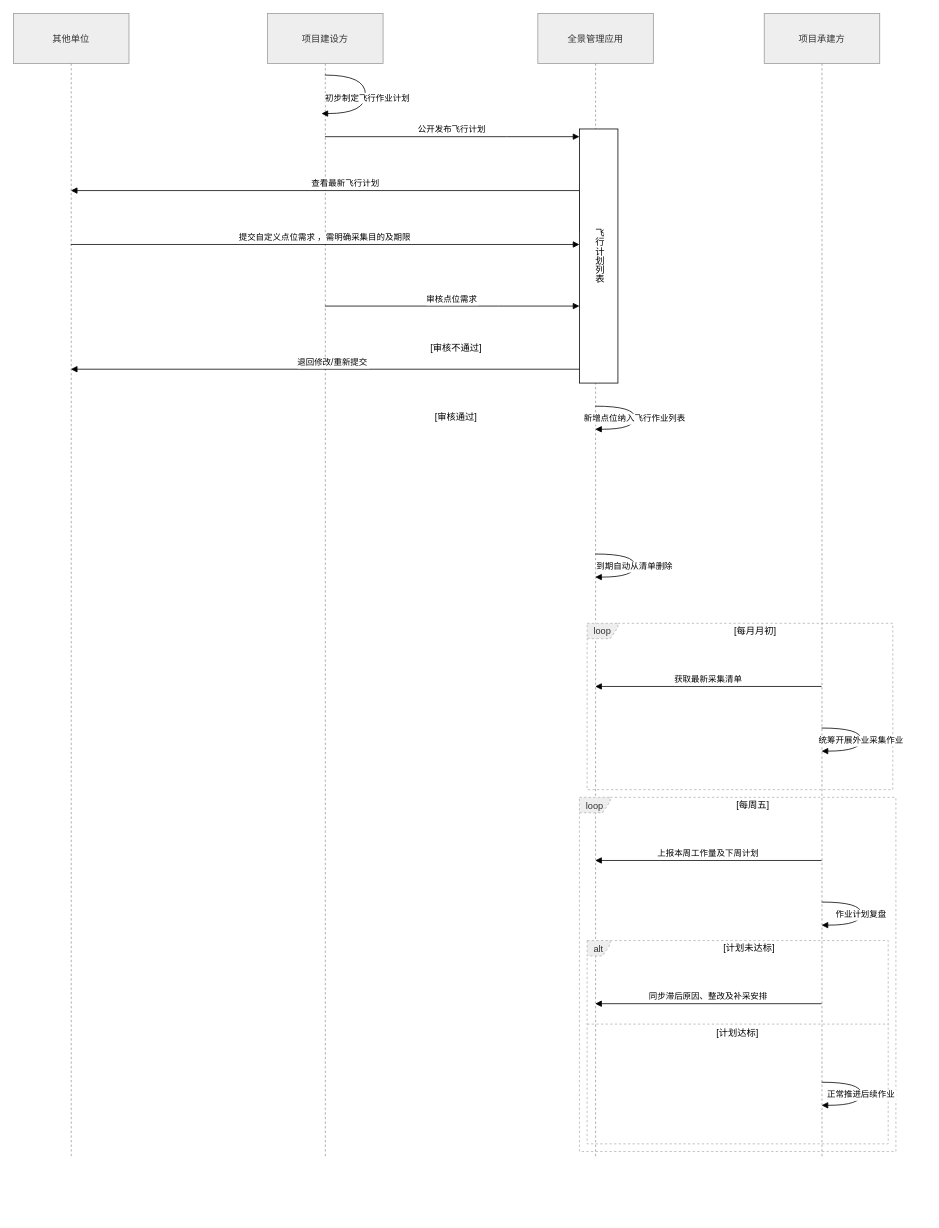
dmzwzss/new-pac keeps this draw.io diagram as 未命名绘图.drawio. Above is the earlier version. Source tidied: cells renumbered, new cells numbered last; positions are measured from the earlier drawing's top-left corner, leaving out a move shared by most shapes. Both pictures are drawn from the tidied source at 77%, with x=0, y=0 at pixel (13, 13).
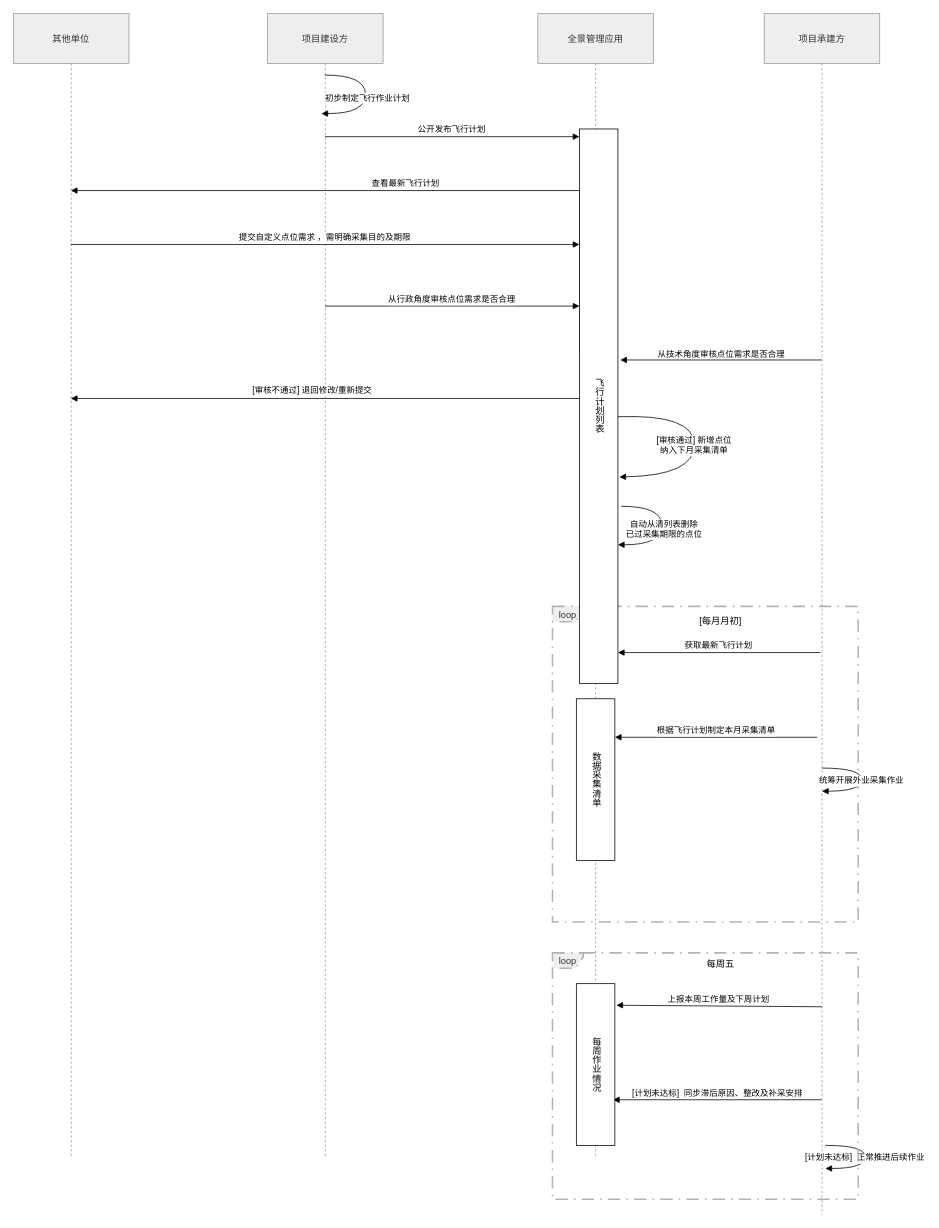
The same page after the edit.

Commit message:
全景作业列表

Unchanged cells that the change refers to:
```xml
<mxCell id="2" value="项目建设方" style="shape=umlLifeline;perimeter=lifelinePerimeter;whiteSpace=wrap;outlineConnect=0;portConstraint=eastwest;newEdgeStyle={&quot;edgeStyle&quot;:&quot;elbowEdgeStyle&quot;,&quot;elbow&quot;:&quot;vertical&quot;,&quot;curved&quot;:0,&quot;rounded&quot;:0};size=65;fillColor=light-dark(#eeeeee,#1f2020);strokeColor=light-dark(#999999,#cccccc);fontColor=light-dark(#333333,#cccccc);" parent="1" vertex="1">
  <mxGeometry x="330" width="150" height="1484" as="geometry" />
</mxCell>
```

Diff of the diagram source:
```diff
@@
     <mxCell id="5" value="项目承建方" style="shape=umlLifeline;perimeter=lifelinePerimeter;whiteSpace=wrap;outlineConnect=0;portConstraint=eastwest;newEdgeStyle={&quot;edgeStyle&quot;:&quot;elbowEdgeStyle&quot;,&quot;elbow&quot;:&quot;vertical&quot;,&quot;curved&quot;:0,&quot;rounded&quot;:0};size=65;fillColor=light-dark(#eeeeee,#1f2020);strokeColor=light-dark(#999999,#cccccc);fontColor=light-dark(#333333,#cccccc);" parent="1" vertex="1">
-      <mxGeometry x="975" width="150" height="1484" as="geometry" />
+      <mxGeometry x="975" width="150" height="1560" as="geometry" />
     </mxCell>
-    <mxCell id="6" value="loop" style="shape=umlFrame;dashed=1;strokeColor=#B3B3B3;height=20;width=40;fillColor=light-dark(#eeeeee,#1f2020);fontColor=light-dark(#333333,#cccccc);" parent="1" vertex="1">
-      <mxGeometry x="745" y="792" width="397" height="216" as="geometry" />
+    <mxCell id="6" value="loop" style="shape=umlFrame;dashed=1;strokeColor=#B3B3B3;height=20;width=40;fillColor=light-dark(#eeeeee,#1f2020);fontColor=light-dark(#333333,#cccccc);dashPattern=8 4 1 4;strokeWidth=2;" parent="1" vertex="1">
+      <mxGeometry x="700" y="770" width="397" height="410" as="geometry" />
     </mxCell>
     <mxCell id="7" value="[每月月初]" style="text;strokeColor=none;fillColor=none;align=center;verticalAlign=middle;whiteSpace=wrap;" parent="6" vertex="1">
-      <mxGeometry x="40" width="357" height="20" as="geometry" />
+      <mxGeometry x="40" width="357" height="38" as="geometry" />
     </mxCell>
-    <mxCell id="8" value="alt" style="shape=umlFrame;dashed=1;strokeColor=#B3B3B3;height=20;width=30;fillColor=light-dark(#eeeeee,#1f2020);fontColor=light-dark(#333333,#cccccc);" parent="1" vertex="1">
-      <mxGeometry x="745" y="1204" width="391" height="264" as="geometry" />
-    </mxCell>
-    <mxCell id="9" value="[计划未达标]" style="text;strokeColor=none;fillColor=none;align=center;verticalAlign=middle;whiteSpace=wrap;" parent="8" vertex="1">
-      <mxGeometry x="30" width="361" height="20" as="geometry" />
-    </mxCell>
-    <mxCell id="10" value="[计划达标]" style="shape=line;dashed=1;whiteSpace=wrap;verticalAlign=top;labelPosition=center;verticalLabelPosition=middle;align=center;strokeColor=#B3B3B3;" parent="8" vertex="1">
-      <mxGeometry y="107" width="391" height="3" as="geometry" />
-    </mxCell>
-    <mxCell id="11" value="loop" style="shape=umlFrame;dashed=1;strokeColor=#B3B3B3;height=20;width=40;fillColor=light-dark(#eeeeee,#1f2020);fontColor=light-dark(#333333,#cccccc);" parent="1" vertex="1">
-      <mxGeometry x="735" y="1018" width="411" height="460" as="geometry" />
-    </mxCell>
-    <mxCell id="12" value="[每周五]" style="text;strokeColor=none;fillColor=none;align=center;verticalAlign=middle;whiteSpace=wrap;" parent="11" vertex="1">
-      <mxGeometry x="40" width="371" height="20" as="geometry" />
-    </mxCell>
@@
-    <mxCell id="14" value="审核点位需求" style="verticalAlign=bottom;edgeStyle=elbowEdgeStyle;elbow=vertical;curved=0;rounded=0;endArrow=block;" parent="1" edge="1" source="2" target="27">
+    <mxCell id="14" value="从行政角度审核点位需求是否合理" style="verticalAlign=bottom;edgeStyle=elbowEdgeStyle;elbow=vertical;curved=0;rounded=0;endArrow=block;" parent="1" edge="1" source="2" target="27">
       <mxGeometry relative="1" as="geometry">
         <Array as="points">
           <mxPoint x="630" y="380" />
           <mxPoint x="770" y="360" />
           <mxPoint x="325.6" y="360" />
         </Array>
       </mxGeometry>
     </mxCell>
-    <mxCell id="15" value="退回修改/重新提交" style="verticalAlign=bottom;edgeStyle=elbowEdgeStyle;elbow=vertical;curved=0;rounded=0;endArrow=block;" parent="1" edge="1">
-      <mxGeometry relative="1" as="geometry">
-        <mxPoint x="755.5" y="462" as="sourcePoint" />
-        <mxPoint x="74.5" y="462" as="targetPoint" />
+    <mxCell id="15" value="[审核不通过] 退回修改/重新提交" style="verticalAlign=bottom;edgeStyle=elbowEdgeStyle;elbow=vertical;curved=0;rounded=0;endArrow=block;exitX=0.052;exitY=0.726;exitDx=0;exitDy=0;exitPerimeter=0;" parent="1" edge="1" source="27">
+      <mxGeometry x="0.25" y="-2" relative="1" as="geometry">
+        <mxPoint x="74.5" y="500" as="targetPoint" />
         <Array as="points">
-          <mxPoint x="602" y="462" />
+          <mxPoint x="602" y="500" />
         </Array>
       </mxGeometry>
     </mxCell>
-    <mxCell id="16" value="新增点位纳入飞行作业列表" style="curved=1;endArrow=block;rounded=0;" parent="1" edge="1">
+    <mxCell id="16" value="[审核通过] 新增点位&#10;纳入下月采集清单" style="curved=1;endArrow=block;rounded=0;entryX=1.049;entryY=0.879;entryDx=0;entryDy=0;entryPerimeter=0;exitX=1.012;exitY=0.716;exitDx=0;exitDy=0;exitPerimeter=0;" parent="1" edge="1">
       <mxGeometry x="0.01" relative="1" as="geometry">
-        <mxPoint x="755.5" y="510" as="sourcePoint" />
-        <mxPoint x="755.5" y="540" as="targetPoint" />
+        <mxPoint x="785" y="523.7" as="sourcePoint" />
+        <mxPoint x="786.9" y="601.9" as="targetPoint" />
         <Array as="points">
-          <mxPoint x="807" y="510" />
-          <mxPoint x="807" y="540" />
+          <mxPoint x="884.1" y="520" />
+          <mxPoint x="884.4" y="600" />
         </Array>
       </mxGeometry>
     </mxCell>
-    <mxCell id="17" value="到期自动从清单删除" style="curved=1;endArrow=block;rounded=0;" parent="1" edge="1">
-      <mxGeometry relative="1" as="geometry">
-        <mxPoint x="755.5" y="702" as="sourcePoint" />
-        <mxPoint x="755.5" y="732" as="targetPoint" />
-        <Array as="points">
-          <mxPoint x="807" y="702" />
-          <mxPoint x="807" y="732" />
-        </Array>
-      </mxGeometry>
-    </mxCell>
-    <mxCell id="18" value="获取最新采集清单" style="verticalAlign=bottom;edgeStyle=elbowEdgeStyle;elbow=vertical;curved=0;rounded=0;endArrow=block;" parent="1" edge="1">
+    <mxCell id="18" value="获取最新飞行计划" style="verticalAlign=bottom;elbow=vertical;rounded=0;endArrow=block;entryX=1.031;entryY=0.895;entryDx=0;entryDy=0;entryPerimeter=0;" parent="1" edge="1">
       <mxGeometry relative="1" as="geometry">
-        <mxPoint x="1049.5" y="874" as="sourcePoint" />
-        <mxPoint x="755.5" y="874" as="targetPoint" />
-        <Array as="points">
-          <mxPoint x="915" y="874" />
-        </Array>
+        <mxPoint x="1048" y="830" as="sourcePoint" />
+        <mxPoint x="785" y="830" as="targetPoint" />
       </mxGeometry>
     </mxCell>
     <mxCell id="19" value="统筹开展外业采集作业" style="curved=1;endArrow=block;rounded=0;" parent="1" edge="1">
       <mxGeometry relative="1" as="geometry">
-        <mxPoint x="1049.5" y="928" as="sourcePoint" />
-        <mxPoint x="1049.5" y="958" as="targetPoint" />
+        <mxPoint x="1050" y="980" as="sourcePoint" />
+        <mxPoint x="1050" y="1010" as="targetPoint" />
         <Array as="points">
-          <mxPoint x="1101" y="928" />
-          <mxPoint x="1101" y="958" />
+          <mxPoint x="1101.5" y="980" />
+          <mxPoint x="1101.5" y="1010" />
         </Array>
       </mxGeometry>
     </mxCell>
-    <mxCell id="20" value="上报本周工作量及下周计划" style="verticalAlign=bottom;edgeStyle=elbowEdgeStyle;elbow=vertical;curved=0;rounded=0;endArrow=block;" parent="1" edge="1">
+    <mxCell id="20" value="上报本周工作量及下周计划" style="verticalAlign=bottom;elbow=vertical;rounded=0;endArrow=block;" parent="1" edge="1">
       <mxGeometry relative="1" as="geometry">
-        <mxPoint x="1049.5" y="1100" as="sourcePoint" />
-        <mxPoint x="755.5" y="1100" as="targetPoint" />
-        <Array as="points">
-          <mxPoint x="915" y="1100" />
-        </Array>
+        <mxPoint x="1050" y="1290" as="sourcePoint" />
+        <mxPoint x="783" y="1288" as="targetPoint" />
       </mxGeometry>
     </mxCell>
-    <mxCell id="21" value="作业计划复盘" style="curved=1;endArrow=block;rounded=0;" parent="1" edge="1">
-      <mxGeometry relative="1" as="geometry">
-        <mxPoint x="1049.5" y="1154" as="sourcePoint" />
-        <mxPoint x="1049.5" y="1184" as="targetPoint" />
-        <Array as="points">
-          <mxPoint x="1101" y="1154" />
-          <mxPoint x="1101" y="1184" />
-        </Array>
-      </mxGeometry>
-    </mxCell>
-    <mxCell id="22" value="同步滞后原因、整改及补采安排" style="verticalAlign=bottom;edgeStyle=elbowEdgeStyle;elbow=vertical;curved=0;rounded=0;endArrow=block;" parent="1" edge="1">
-      <mxGeometry relative="1" as="geometry">
-        <mxPoint x="1049.5" y="1286" as="sourcePoint" />
-        <mxPoint x="755.5" y="1286" as="targetPoint" />
-        <Array as="points">
-          <mxPoint x="915" y="1286" />
-        </Array>
-      </mxGeometry>
+    <mxCell id="22" value="[计划未达标]  同步滞后原因、整改及补采安排" style="verticalAlign=bottom;elbow=vertical;rounded=0;endArrow=block;entryX=0.952;entryY=0.718;entryDx=0;entryDy=0;entryPerimeter=0;" parent="1" edge="1" source="5" target="36">
+      <mxGeometry relative="1" as="geometry" />
     </mxCell>
-    <mxCell id="23" value="正常推进后续作业" style="curved=1;endArrow=block;rounded=0;" parent="1" edge="1">
-      <mxGeometry relative="1" as="geometry">
-        <mxPoint x="1049.5" y="1388" as="sourcePoint" />
-        <mxPoint x="1049.5" y="1418" as="targetPoint" />
+    <mxCell id="23" value="[计划未达标]  正常推进后续作业" style="curved=1;endArrow=block;rounded=0;" parent="1" edge="1">
+      <mxGeometry x="0.01" relative="1" as="geometry">
+        <mxPoint x="1054.5" y="1470" as="sourcePoint" />
+        <mxPoint x="1054.5" y="1500" as="targetPoint" />
         <Array as="points">
-          <mxPoint x="1101" y="1388" />
-          <mxPoint x="1101" y="1418" />
+          <mxPoint x="1106" y="1470" />
+          <mxPoint x="1106" y="1500" />
         </Array>
       </mxGeometry>
     </mxCell>
@@
     <mxCell id="27" value="飞行计划列表" style="rounded=0;whiteSpace=wrap;html=1;horizontal=1;textDirection=vertical-lr;" parent="1" vertex="1">
-      <mxGeometry x="735" y="150" width="50" height="330" as="geometry" />
+      <mxGeometry x="735" y="150" width="50" height="720" as="geometry" />
     </mxCell>
-    <mxCell id="28" value="[审核不通过]" style="text;html=1;whiteSpace=wrap;strokeColor=none;fillColor=none;align=center;verticalAlign=middle;rounded=0;" parent="1" vertex="1">
-      <mxGeometry x="530" y="420" width="90" height="30" as="geometry" />
-    </mxCell>
-    <mxCell id="29" value="[审核通过]" style="text;html=1;whiteSpace=wrap;strokeColor=none;fillColor=none;align=center;verticalAlign=middle;rounded=0;" parent="1" vertex="1">
-      <mxGeometry x="530" y="510" width="90" height="30" as="geometry" />
-    </mxCell>
+    <mxCell id="30" style="endArrow=block;html=1;rounded=0;strokeColor=default;align=center;verticalAlign=top;fontFamily=Helvetica;fontSize=11;fontColor=default;labelBackgroundColor=default;elbow=vertical;curved=0;" parent="1" edge="1">
+      <mxGeometry relative="1" as="geometry">
+        <mxPoint x="1049.5" y="450" as="sourcePoint" />
+        <mxPoint x="788" y="450" as="targetPoint" />
+      </mxGeometry>
+    </mxCell>
+    <mxCell id="31" value="从技术角度审核点位需求是否合理" style="edgeLabel;html=1;align=center;verticalAlign=bottom;rounded=0;strokeColor=default;fontFamily=Helvetica;fontSize=11;fontColor=default;labelBackgroundColor=default;" parent="30" vertex="1">
+      <mxGeometry x="-0.03" y="4" relative="1" as="geometry">
+        <mxPoint x="-4" y="-4" as="offset" />
+      </mxGeometry>
+    </mxCell>
+    <mxCell id="32" value="自动从清列表删除&#10;已过采集期限的点位" style="curved=1;endArrow=block;rounded=0;" parent="1" edge="1">
+      <mxGeometry x="0.03" y="3" relative="1" as="geometry">
+        <mxPoint x="789.3" y="640" as="sourcePoint" />
+        <mxPoint x="785" y="690" as="targetPoint" />
+        <Array as="points">
+          <mxPoint x="842" y="640" />
+          <mxPoint x="842.2" y="690" />
+        </Array>
+      </mxGeometry>
+    </mxCell>
+    <mxCell id="33" value="数据采集清单" style="rounded=0;whiteSpace=wrap;html=1;horizontal=1;textDirection=vertical-lr;" parent="1" vertex="1">
+      <mxGeometry x="731" y="890" width="50" height="210" as="geometry" />
+    </mxCell>
+    <mxCell id="34" value="根据飞行计划制定本月采集清单" style="verticalAlign=bottom;elbow=vertical;rounded=0;endArrow=block;entryX=1.031;entryY=0.895;entryDx=0;entryDy=0;entryPerimeter=0;" parent="1" edge="1">
+      <mxGeometry relative="1" as="geometry">
+        <mxPoint x="1043.9" y="940" as="sourcePoint" />
+        <mxPoint x="781" y="940" as="targetPoint" />
+      </mxGeometry>
+    </mxCell>
+    <mxCell id="11" value="loop" style="shape=umlFrame;dashed=1;strokeColor=#B3B3B3;height=20;width=40;fillColor=light-dark(#eeeeee,#1f2020);fontColor=light-dark(#333333,#cccccc);dashPattern=8 4 1 4;strokeWidth=2;" parent="1" vertex="1">
+      <mxGeometry x="700" y="1220" width="397" height="320" as="geometry" />
+    </mxCell>
+    <mxCell id="35" value="每周五" style="text;strokeColor=none;fillColor=none;align=center;verticalAlign=middle;whiteSpace=wrap;" parent="11" vertex="1">
+      <mxGeometry x="40" width="357" height="29.6" as="geometry" />
+    </mxCell>
+    <mxCell id="36" value="每周作业情况" style="rounded=0;whiteSpace=wrap;html=1;horizontal=1;textDirection=vertical-lr;" parent="1" vertex="1">
+      <mxGeometry x="731" y="1260" width="50" height="210" as="geometry" />
+    </mxCell>
```
